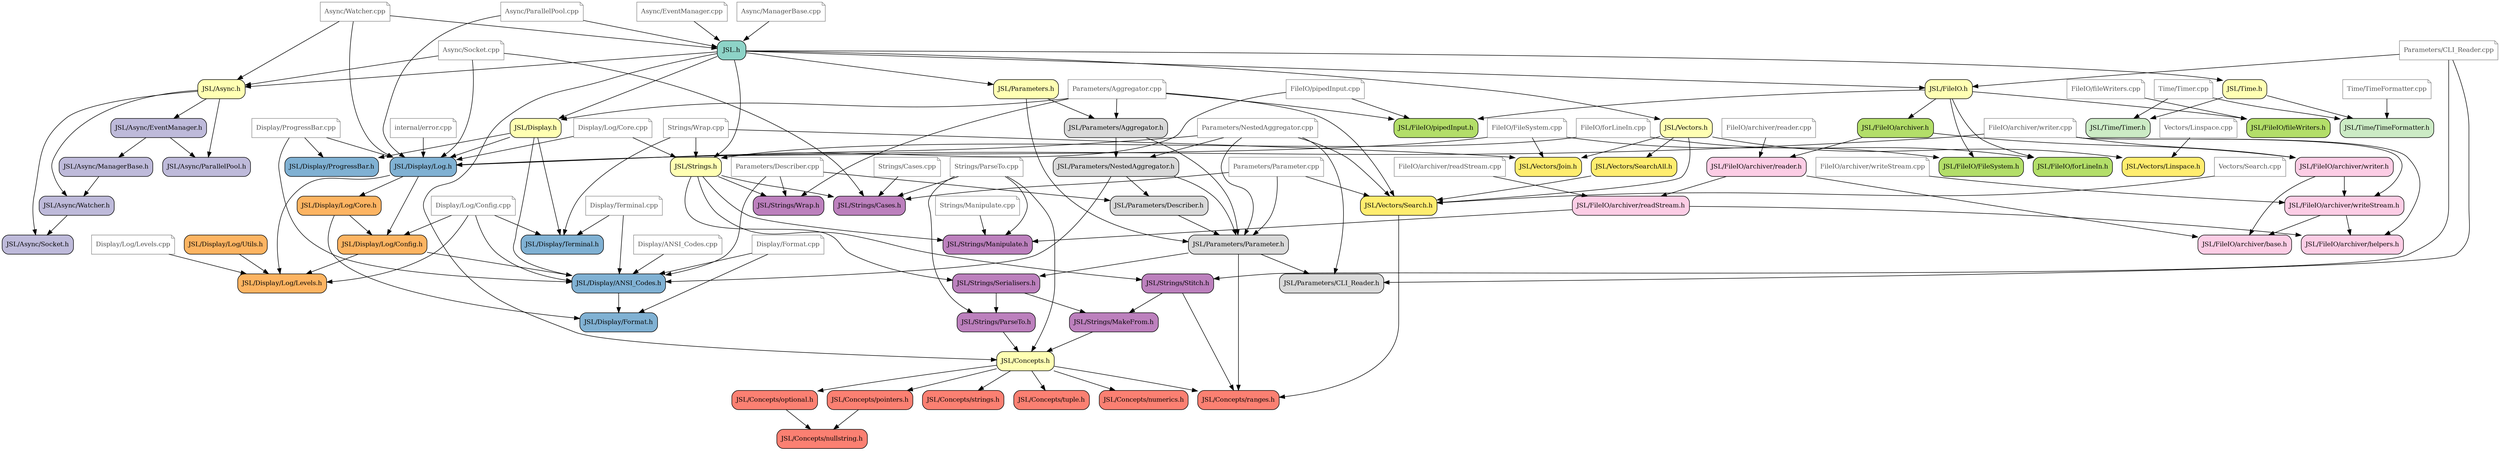
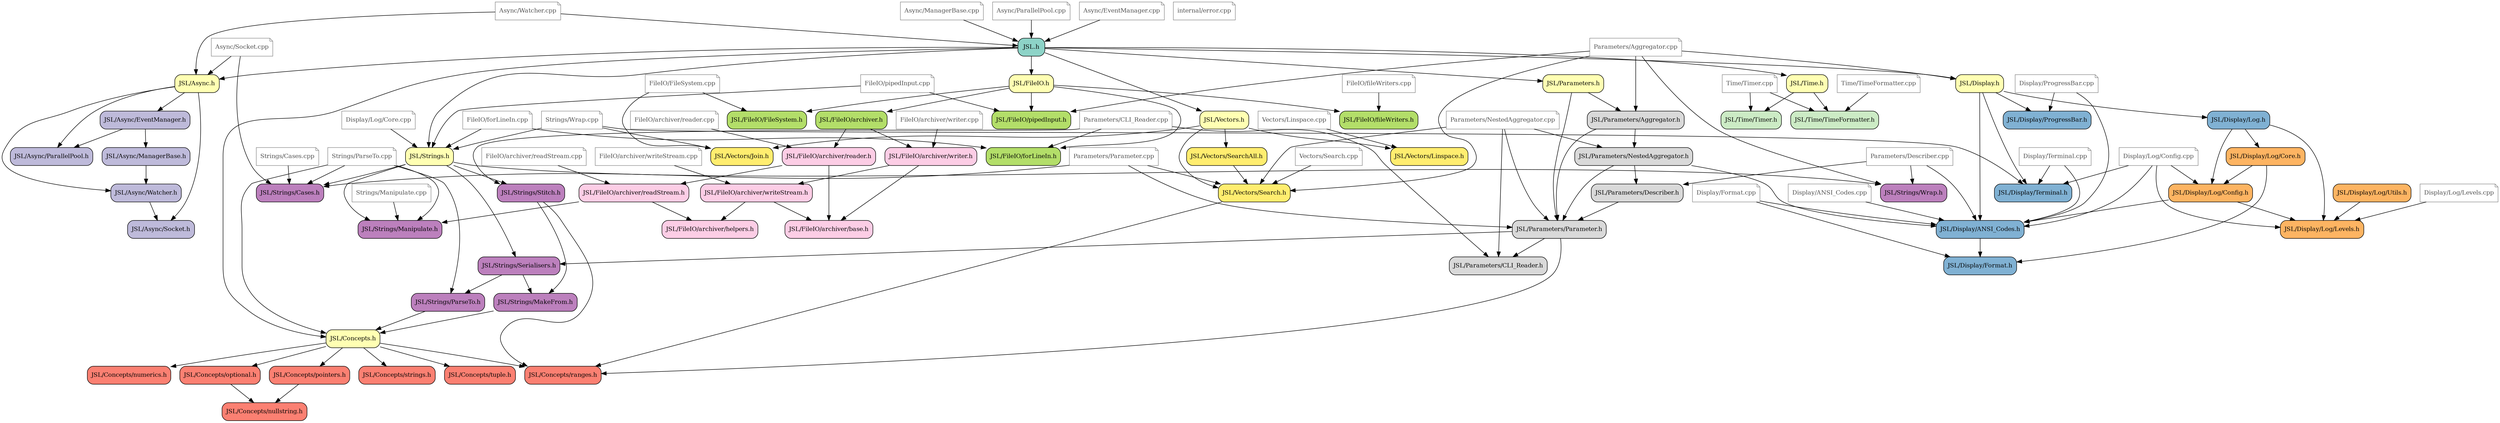
digraph codeviz {
    splines=true
    sep="+15,15"
    overlap=false

    node [shape=Mrecord, fontsize=12]

    node [fillcolor = "#8dd3c7",shape="Mrecord", style = "filled"] "include/JSL.h"                             [label = "JSL.h"]
    node [fillcolor = "#ffffb3",shape="Mrecord", style = "filled"] "include/JSL/Async.h"                       [label = "JSL/Async.h"]
    node [fillcolor = "#bebada",shape="Mrecord", style = "filled"] "include/JSL/Async/EventManager.h"          [label = "JSL/Async/EventManager.h"]
    node [fillcolor = "#bebada",shape="Mrecord", style = "filled"] "include/JSL/Async/ManagerBase.h"           [label = "JSL/Async/ManagerBase.h"]
    node [fillcolor = "#bebada",shape="Mrecord", style = "filled"] "include/JSL/Async/ParallelPool.h"          [label = "JSL/Async/ParallelPool.h"]
    node [fillcolor = "#bebada",shape="Mrecord", style = "filled"] "include/JSL/Async/Socket.h"                [label = "JSL/Async/Socket.h"]
    node [fillcolor = "#bebada",shape="Mrecord", style = "filled"] "include/JSL/Async/Watcher.h"               [label = "JSL/Async/Watcher.h"]
    node [fillcolor = "#ffffb3",shape="Mrecord", style = "filled"] "include/JSL/Concepts.h"                    [label = "JSL/Concepts.h"]
    node [fillcolor = "#fb8072",shape="Mrecord", style = "filled"] "include/JSL/Concepts/nullstring.h"         [label = "JSL/Concepts/nullstring.h"]
    node [fillcolor = "#fb8072",shape="Mrecord", style = "filled"] "include/JSL/Concepts/numerics.h"           [label = "JSL/Concepts/numerics.h"]
    node [fillcolor = "#fb8072",shape="Mrecord", style = "filled"] "include/JSL/Concepts/optional.h"           [label = "JSL/Concepts/optional.h"]
    node [fillcolor = "#fb8072",shape="Mrecord", style = "filled"] "include/JSL/Concepts/pointers.h"           [label = "JSL/Concepts/pointers.h"]
    node [fillcolor = "#fb8072",shape="Mrecord", style = "filled"] "include/JSL/Concepts/ranges.h"             [label = "JSL/Concepts/ranges.h"]
    node [fillcolor = "#fb8072",shape="Mrecord", style = "filled"] "include/JSL/Concepts/strings.h"            [label = "JSL/Concepts/strings.h"]
    node [fillcolor = "#fb8072",shape="Mrecord", style = "filled"] "include/JSL/Concepts/tuple.h"              [label = "JSL/Concepts/tuple.h"]
    node [fillcolor = "#ffffb3",shape="Mrecord", style = "filled"] "include/JSL/Display.h"                     [label = "JSL/Display.h"]
    node [fillcolor = "#80b1d3",shape="Mrecord", style = "filled"] "include/JSL/Display/ANSI_Codes.h"          [label = "JSL/Display/ANSI_Codes.h"]
    node [fillcolor = "#80b1d3",shape="Mrecord", style = "filled"] "include/JSL/Display/Format.h"              [label = "JSL/Display/Format.h"]
    node [fillcolor = "#80b1d3",shape="Mrecord", style = "filled"] "include/JSL/Display/Log.h"                 [label = "JSL/Display/Log.h"]
    node [fillcolor = "#fdb462",shape="Mrecord", style = "filled"] "include/JSL/Display/Log/Config.h"          [label = "JSL/Display/Log/Config.h"]
    node [fillcolor = "#fdb462",shape="Mrecord", style = "filled"] "include/JSL/Display/Log/Core.h"            [label = "JSL/Display/Log/Core.h"]
    node [fillcolor = "#fdb462",shape="Mrecord", style = "filled"] "include/JSL/Display/Log/Levels.h"          [label = "JSL/Display/Log/Levels.h"]
    node [fillcolor = "#fdb462",shape="Mrecord", style = "filled"] "include/JSL/Display/Log/Utils.h"           [label = "JSL/Display/Log/Utils.h"]
    node [fillcolor = "#80b1d3",shape="Mrecord", style = "filled"] "include/JSL/Display/ProgressBar.h"         [label = "JSL/Display/ProgressBar.h"]
    node [fillcolor = "#80b1d3",shape="Mrecord", style = "filled"] "include/JSL/Display/Terminal.h"            [label = "JSL/Display/Terminal.h"]
    node [fillcolor = "#ffffb3",shape="Mrecord", style = "filled"] "include/JSL/FileIO.h"                      [label = "JSL/FileIO.h"]
    node [fillcolor = "#b3de69",shape="Mrecord", style = "filled"] "include/JSL/FileIO/FileSystem.h"           [label = "JSL/FileIO/FileSystem.h"]
    node [fillcolor = "#b3de69",shape="Mrecord", style = "filled"] "include/JSL/FileIO/archiver.h"             [label = "JSL/FileIO/archiver.h"]
    node [fillcolor = "#fccde5",shape="Mrecord", style = "filled"] "include/JSL/FileIO/archiver/base.h"        [label = "JSL/FileIO/archiver/base.h"]
    node [fillcolor = "#fccde5",shape="Mrecord", style = "filled"] "include/JSL/FileIO/archiver/helpers.h"     [label = "JSL/FileIO/archiver/helpers.h"]
    node [fillcolor = "#fccde5",shape="Mrecord", style = "filled"] "include/JSL/FileIO/archiver/readStream.h"  [label = "JSL/FileIO/archiver/readStream.h"]
    node [fillcolor = "#fccde5",shape="Mrecord", style = "filled"] "include/JSL/FileIO/archiver/reader.h"      [label = "JSL/FileIO/archiver/reader.h"]
    node [fillcolor = "#fccde5",shape="Mrecord", style = "filled"] "include/JSL/FileIO/archiver/writeStream.h" [label = "JSL/FileIO/archiver/writeStream.h"]
    node [fillcolor = "#fccde5",shape="Mrecord", style = "filled"] "include/JSL/FileIO/archiver/writer.h"      [label = "JSL/FileIO/archiver/writer.h"]
    node [fillcolor = "#b3de69",shape="Mrecord", style = "filled"] "include/JSL/FileIO/fileWriters.h"          [label = "JSL/FileIO/fileWriters.h"]
    node [fillcolor = "#b3de69",shape="Mrecord", style = "filled"] "include/JSL/FileIO/forLineIn.h"            [label = "JSL/FileIO/forLineIn.h"]
    node [fillcolor = "#b3de69",shape="Mrecord", style = "filled"] "include/JSL/FileIO/pipedInput.h"           [label = "JSL/FileIO/pipedInput.h"]
    node [fillcolor = "#ffffb3",shape="Mrecord", style = "filled"] "include/JSL/Parameters.h"                  [label = "JSL/Parameters.h"]
    node [fillcolor = "#d9d9d9",shape="Mrecord", style = "filled"] "include/JSL/Parameters/Aggregator.h"       [label = "JSL/Parameters/Aggregator.h"]
    node [fillcolor = "#d9d9d9",shape="Mrecord", style = "filled"] "include/JSL/Parameters/CLI_Reader.h"       [label = "JSL/Parameters/CLI_Reader.h"]
    node [fillcolor = "#d9d9d9",shape="Mrecord", style = "filled"] "include/JSL/Parameters/Describer.h"        [label = "JSL/Parameters/Describer.h"]
    node [fillcolor = "#d9d9d9",shape="Mrecord", style = "filled"] "include/JSL/Parameters/NestedAggregator.h" [label = "JSL/Parameters/NestedAggregator.h"]
    node [fillcolor = "#d9d9d9",shape="Mrecord", style = "filled"] "include/JSL/Parameters/Parameter.h"        [label = "JSL/Parameters/Parameter.h"]
    node [fillcolor = "#ffffb3",shape="Mrecord", style = "filled"] "include/JSL/Strings.h"                     [label = "JSL/Strings.h"]
    node [fillcolor = "#bc80bd",shape="Mrecord", style = "filled"] "include/JSL/Strings/Cases.h"               [label = "JSL/Strings/Cases.h"]
    node [fillcolor = "#bc80bd",shape="Mrecord", style = "filled"] "include/JSL/Strings/MakeFrom.h"            [label = "JSL/Strings/MakeFrom.h"]
    node [fillcolor = "#bc80bd",shape="Mrecord", style = "filled"] "include/JSL/Strings/Manipulate.h"          [label = "JSL/Strings/Manipulate.h"]
    node [fillcolor = "#bc80bd",shape="Mrecord", style = "filled"] "include/JSL/Strings/ParseTo.h"             [label = "JSL/Strings/ParseTo.h"]
    node [fillcolor = "#bc80bd",shape="Mrecord", style = "filled"] "include/JSL/Strings/Serialisers.h"         [label = "JSL/Strings/Serialisers.h"]
    node [fillcolor = "#bc80bd",shape="Mrecord", style = "filled"] "include/JSL/Strings/Stitch.h"              [label = "JSL/Strings/Stitch.h"]
    node [fillcolor = "#bc80bd",shape="Mrecord", style = "filled"] "include/JSL/Strings/Wrap.h"                [label = "JSL/Strings/Wrap.h"]
    node [fillcolor = "#ffffb3",shape="Mrecord", style = "filled"] "include/JSL/Time.h"                        [label = "JSL/Time.h"]
    node [fillcolor = "#ccebc5",shape="Mrecord", style = "filled"] "include/JSL/Time/TimeFormatter.h"          [label = "JSL/Time/TimeFormatter.h"]
    node [fillcolor = "#ccebc5",shape="Mrecord", style = "filled"] "include/JSL/Time/Timer.h"                  [label = "JSL/Time/Timer.h"]
    node [fillcolor = "#ffffb3",shape="Mrecord", style = "filled"] "include/JSL/Vectors.h"                     [label = "JSL/Vectors.h"]
    node [fillcolor = "#ffed6f",shape="Mrecord", style = "filled"] "include/JSL/Vectors/Join.h"                [label = "JSL/Vectors/Join.h"]
    node [fillcolor = "#ffed6f",shape="Mrecord", style = "filled"] "include/JSL/Vectors/Linspace.h"            [label = "JSL/Vectors/Linspace.h"]
    node [fillcolor = "#ffed6f",shape="Mrecord", style = "filled"] "include/JSL/Vectors/Search.h"              [label = "JSL/Vectors/Search.h"]
    node [fillcolor = "#ffed6f",shape="Mrecord", style = "filled"] "include/JSL/Vectors/SearchAll.h"           [label = "JSL/Vectors/SearchAll.h"]
    node [fillcolor = "#8B8B8B",style="", shape="note", color="#8c8c8c", fontcolor="#4b4b4b"] "src/Async/EventManager.cpp"                [label = "Async/EventManager.cpp"]
    node [fillcolor = "#8B8B8B",style="", shape="note", color="#8c8c8c", fontcolor="#4b4b4b"] "src/Async/ManagerBase.cpp"                 [label = "Async/ManagerBase.cpp"]
    node [fillcolor = "#8B8B8B",style="", shape="note", color="#8c8c8c", fontcolor="#4b4b4b"] "src/Async/ParallelPool.cpp"                [label = "Async/ParallelPool.cpp"]
    node [fillcolor = "#8B8B8B",style="", shape="note", color="#8c8c8c", fontcolor="#4b4b4b"] "src/Async/Socket.cpp"                      [label = "Async/Socket.cpp"]
    node [fillcolor = "#8B8B8B",style="", shape="note", color="#8c8c8c", fontcolor="#4b4b4b"] "src/Async/Watcher.cpp"                     [label = "Async/Watcher.cpp"]
    node [fillcolor = "#8B8B8B",style="", shape="note", color="#8c8c8c", fontcolor="#4b4b4b"] "src/Display/ANSI_Codes.cpp"                [label = "Display/ANSI_Codes.cpp"]
    node [fillcolor = "#8B8B8B",style="", shape="note", color="#8c8c8c", fontcolor="#4b4b4b"] "src/Display/Format.cpp"                    [label = "Display/Format.cpp"]
    node [fillcolor = "#8B8B8B",style="", shape="note", color="#8c8c8c", fontcolor="#4b4b4b"] "src/Display/Log/Config.cpp"                [label = "Display/Log/Config.cpp"]
    node [fillcolor = "#8B8B8B",style="", shape="note", color="#8c8c8c", fontcolor="#4b4b4b"] "src/Display/Log/Core.cpp"                  [label = "Display/Log/Core.cpp"]
    node [fillcolor = "#8B8B8B",style="", shape="note", color="#8c8c8c", fontcolor="#4b4b4b"] "src/Display/Log/Levels.cpp"                [label = "Display/Log/Levels.cpp"]
    node [fillcolor = "#8B8B8B",style="", shape="note", color="#8c8c8c", fontcolor="#4b4b4b"] "src/Display/ProgressBar.cpp"               [label = "Display/ProgressBar.cpp"]
    node [fillcolor = "#8B8B8B",style="", shape="note", color="#8c8c8c", fontcolor="#4b4b4b"] "src/Display/Terminal.cpp"                  [label = "Display/Terminal.cpp"]
    node [fillcolor = "#8B8B8B",style="", shape="note", color="#8c8c8c", fontcolor="#4b4b4b"] "src/FileIO/FileSystem.cpp"                 [label = "FileIO/FileSystem.cpp"]
    node [fillcolor = "#8B8B8B",style="", shape="note", color="#8c8c8c", fontcolor="#4b4b4b"] "src/FileIO/archiver/readStream.cpp"        [label = "FileIO/archiver/readStream.cpp"]
    node [fillcolor = "#8B8B8B",style="", shape="note", color="#8c8c8c", fontcolor="#4b4b4b"] "src/FileIO/archiver/reader.cpp"            [label = "FileIO/archiver/reader.cpp"]
    node [fillcolor = "#8B8B8B",style="", shape="note", color="#8c8c8c", fontcolor="#4b4b4b"] "src/FileIO/archiver/writeStream.cpp"       [label = "FileIO/archiver/writeStream.cpp"]
    node [fillcolor = "#8B8B8B",style="", shape="note", color="#8c8c8c", fontcolor="#4b4b4b"] "src/FileIO/archiver/writer.cpp"            [label = "FileIO/archiver/writer.cpp"]
    node [fillcolor = "#8B8B8B",style="", shape="note", color="#8c8c8c", fontcolor="#4b4b4b"] "src/FileIO/fileWriters.cpp"                [label = "FileIO/fileWriters.cpp"]
    node [fillcolor = "#8B8B8B",style="", shape="note", color="#8c8c8c", fontcolor="#4b4b4b"] "src/FileIO/forLineIn.cpp"                  [label = "FileIO/forLineIn.cpp"]
    node [fillcolor = "#8B8B8B",style="", shape="note", color="#8c8c8c", fontcolor="#4b4b4b"] "src/FileIO/pipedInput.cpp"                 [label = "FileIO/pipedInput.cpp"]
    node [fillcolor = "#8B8B8B",style="", shape="note", color="#8c8c8c", fontcolor="#4b4b4b"] "src/Parameters/Aggregator.cpp"             [label = "Parameters/Aggregator.cpp"]
    node [fillcolor = "#8B8B8B",style="", shape="note", color="#8c8c8c", fontcolor="#4b4b4b"] "src/Parameters/CLI_Reader.cpp"             [label = "Parameters/CLI_Reader.cpp"]
    node [fillcolor = "#8B8B8B",style="", shape="note", color="#8c8c8c", fontcolor="#4b4b4b"] "src/Parameters/Describer.cpp"              [label = "Parameters/Describer.cpp"]
    node [fillcolor = "#8B8B8B",style="", shape="note", color="#8c8c8c", fontcolor="#4b4b4b"] "src/Parameters/NestedAggregator.cpp"       [label = "Parameters/NestedAggregator.cpp"]
    node [fillcolor = "#8B8B8B",style="", shape="note", color="#8c8c8c", fontcolor="#4b4b4b"] "src/Parameters/Parameter.cpp"              [label = "Parameters/Parameter.cpp"]
    node [fillcolor = "#8B8B8B",style="", shape="note", color="#8c8c8c", fontcolor="#4b4b4b"] "src/Strings/Cases.cpp"                     [label = "Strings/Cases.cpp"]
    node [fillcolor = "#8B8B8B",style="", shape="note", color="#8c8c8c", fontcolor="#4b4b4b"] "src/Strings/Manipulate.cpp"                [label = "Strings/Manipulate.cpp"]
    node [fillcolor = "#8B8B8B",style="", shape="note", color="#8c8c8c", fontcolor="#4b4b4b"] "src/Strings/ParseTo.cpp"                   [label = "Strings/ParseTo.cpp"]
    node [fillcolor = "#8B8B8B",style="", shape="note", color="#8c8c8c", fontcolor="#4b4b4b"] "src/Strings/Wrap.cpp"                      [label = "Strings/Wrap.cpp"]
    node [fillcolor = "#8B8B8B",style="", shape="note", color="#8c8c8c", fontcolor="#4b4b4b"] "src/Time/TimeFormatter.cpp"                [label = "Time/TimeFormatter.cpp"]
    node [fillcolor = "#8B8B8B",style="", shape="note", color="#8c8c8c", fontcolor="#4b4b4b"] "src/Time/Timer.cpp"                        [label = "Time/Timer.cpp"]
    node [fillcolor = "#8B8B8B",style="", shape="note", color="#8c8c8c", fontcolor="#4b4b4b"] "src/Vectors/Linspace.cpp"                  [label = "Vectors/Linspace.cpp"]
    node [fillcolor = "#8B8B8B",style="", shape="note", color="#8c8c8c", fontcolor="#4b4b4b"] "src/Vectors/Search.cpp"                    [label = "Vectors/Search.cpp"]
    node [fillcolor = "#8B8B8B",style="", shape="note", color="#8c8c8c", fontcolor="#4b4b4b"] "src/internal/error.cpp"                    [label = "internal/error.cpp"]

    "include/JSL.h"                             -> "include/JSL/Display.h"
    "include/JSL.h"                             -> "include/JSL/FileIO.h"
    "include/JSL.h"                             -> "include/JSL/Parameters.h"
    "include/JSL.h"                             -> "include/JSL/Strings.h"
    "include/JSL.h"                             -> "include/JSL/Time.h"
    "include/JSL.h"                             -> "include/JSL/Vectors.h"
    "include/JSL.h"                             -> "include/JSL/Async.h"
    "include/JSL.h"                             -> "include/JSL/Concepts.h"
    "include/JSL/Async.h"                       -> "include/JSL/Async/Socket.h"
    "include/JSL/Async.h"                       -> "include/JSL/Async/Watcher.h"
    "include/JSL/Async.h"                       -> "include/JSL/Async/EventManager.h"
    "include/JSL/Async.h"                       -> "include/JSL/Async/ParallelPool.h"
    "include/JSL/Async/EventManager.h"          -> "include/JSL/Async/ManagerBase.h"
    "include/JSL/Async/EventManager.h"          -> "include/JSL/Async/ParallelPool.h"
    "include/JSL/Async/ManagerBase.h"           -> "include/JSL/Async/Watcher.h"
    "include/JSL/Async/Watcher.h"               -> "include/JSL/Async/Socket.h"
    "include/JSL/Concepts.h"                    -> "include/JSL/Concepts/ranges.h"
    "include/JSL/Concepts.h"                    -> "include/JSL/Concepts/tuple.h"
    "include/JSL/Concepts.h"                    -> "include/JSL/Concepts/numerics.h"
    "include/JSL/Concepts.h"                    -> "include/JSL/Concepts/strings.h"
    "include/JSL/Concepts.h"                    -> "include/JSL/Concepts/pointers.h"
    "include/JSL/Concepts.h"                    -> "include/JSL/Concepts/optional.h"
    "include/JSL/Concepts/optional.h"           -> "include/JSL/Concepts/nullstring.h"
    "include/JSL/Concepts/pointers.h"           -> "include/JSL/Concepts/nullstring.h"
    "include/JSL/Display.h"                     -> "include/JSL/Display/Log.h"
    "include/JSL/Display.h"                     -> "include/JSL/Display/ANSI_Codes.h"
    "include/JSL/Display.h"                     -> "include/JSL/Display/ProgressBar.h"
    "include/JSL/Display.h"                     -> "include/JSL/Display/Terminal.h"
    "include/JSL/Display/ANSI_Codes.h"          -> "include/JSL/Display/Format.h"
    "include/JSL/Display/Log.h"                 -> "include/JSL/Display/Log/Core.h"
    "include/JSL/Display/Log.h"                 -> "include/JSL/Display/Log/Config.h"
    "include/JSL/Display/Log.h"                 -> "include/JSL/Display/Log/Levels.h"
    "include/JSL/Display/Log/Config.h"          -> "include/JSL/Display/Log/Levels.h"
    "include/JSL/Display/Log/Config.h"          -> "include/JSL/Display/ANSI_Codes.h"
    "include/JSL/Display/Log/Core.h"            -> "include/JSL/Display/Log/Config.h"
    "include/JSL/Display/Log/Core.h"            -> "include/JSL/Display/Format.h"
    "include/JSL/Display/Log/Utils.h"           -> "include/JSL/Display/Log/Levels.h"
    "include/JSL/FileIO.h"                      -> "include/JSL/FileIO/forLineIn.h"
    "include/JSL/FileIO.h"                      -> "include/JSL/FileIO/FileSystem.h"
    "include/JSL/FileIO.h"                      -> "include/JSL/FileIO/fileWriters.h"
    "include/JSL/FileIO.h"                      -> "include/JSL/FileIO/pipedInput.h"
    "include/JSL/FileIO.h"                      -> "include/JSL/FileIO/archiver.h"
    "include/JSL/FileIO/archiver.h"             -> "include/JSL/FileIO/archiver/writer.h"
    "include/JSL/FileIO/archiver.h"             -> "include/JSL/FileIO/archiver/reader.h"
    "include/JSL/FileIO/archiver/readStream.h"  -> "include/JSL/Strings/Manipulate.h"
    "include/JSL/FileIO/archiver/readStream.h"  -> "include/JSL/FileIO/archiver/helpers.h"
    "include/JSL/FileIO/archiver/reader.h"      -> "include/JSL/FileIO/archiver/base.h"
    "include/JSL/FileIO/archiver/reader.h"      -> "include/JSL/FileIO/archiver/readStream.h"
    "include/JSL/FileIO/archiver/writeStream.h" -> "include/JSL/FileIO/archiver/base.h"
    "include/JSL/FileIO/archiver/writeStream.h" -> "include/JSL/FileIO/archiver/helpers.h"
    "include/JSL/FileIO/archiver/writer.h"      -> "include/JSL/FileIO/archiver/base.h"
    "include/JSL/FileIO/archiver/writer.h"      -> "include/JSL/FileIO/archiver/writeStream.h"
    "include/JSL/Parameters.h"                  -> "include/JSL/Parameters/Parameter.h"
    "include/JSL/Parameters.h"                  -> "include/JSL/Parameters/Aggregator.h"
    "include/JSL/Parameters/Aggregator.h"       -> "include/JSL/Parameters/NestedAggregator.h"
    "include/JSL/Parameters/Aggregator.h"       -> "include/JSL/Parameters/Parameter.h"
    "include/JSL/Parameters/Describer.h"        -> "include/JSL/Parameters/Parameter.h"
    "include/JSL/Parameters/NestedAggregator.h" -> "include/JSL/Parameters/Parameter.h"
    "include/JSL/Parameters/NestedAggregator.h" -> "include/JSL/Display/ANSI_Codes.h"
    "include/JSL/Parameters/NestedAggregator.h" -> "include/JSL/Parameters/Describer.h"
-     "include/JSL/Parameters/Parameter.h"        -> "include/JSL/Concepts/ranges.h"
+     "include/JSL/Parameters/Parameter.h"      -> "include/JSL/Concepts/ranges.h"[weight=0.3]
    "include/JSL/Parameters/Parameter.h"        -> "include/JSL/Strings/Serialisers.h"
    "include/JSL/Parameters/Parameter.h"        -> "include/JSL/Parameters/CLI_Reader.h"
    "include/JSL/Strings.h"                     -> "include/JSL/Strings/Serialisers.h"
    "include/JSL/Strings.h"                     -> "include/JSL/Strings/Cases.h"
    "include/JSL/Strings.h"                     -> "include/JSL/Strings/Manipulate.h"
    "include/JSL/Strings.h"                     -> "include/JSL/Strings/Stitch.h"
    "include/JSL/Strings.h"                     -> "include/JSL/Strings/Wrap.h"
    "include/JSL/Strings/MakeFrom.h"            -> "include/JSL/Concepts.h"
    "include/JSL/Strings/ParseTo.h"             -> "include/JSL/Concepts.h"
    "include/JSL/Strings/Serialisers.h"         -> "include/JSL/Strings/MakeFrom.h"
    "include/JSL/Strings/Serialisers.h"         -> "include/JSL/Strings/ParseTo.h"
    "include/JSL/Strings/Stitch.h"              -> "include/JSL/Strings/MakeFrom.h"
-     "include/JSL/Strings/Stitch.h"              -> "include/JSL/Concepts/ranges.h"
+     "include/JSL/Strings/Stitch.h"            -> "include/JSL/Concepts/ranges.h"[weight=0.3]
    "include/JSL/Time.h"                        -> "include/JSL/Time/Timer.h"
    "include/JSL/Time.h"                        -> "include/JSL/Time/TimeFormatter.h"
    "include/JSL/Vectors.h"                     -> "include/JSL/Vectors/Search.h"
    "include/JSL/Vectors.h"                     -> "include/JSL/Vectors/SearchAll.h"
    "include/JSL/Vectors.h"                     -> "include/JSL/Vectors/Join.h"
    "include/JSL/Vectors.h"                     -> "include/JSL/Vectors/Linspace.h"
-     "include/JSL/Vectors/Search.h"              -> "include/JSL/Concepts/ranges.h"
+     "include/JSL/Vectors/Search.h"            -> "include/JSL/Concepts/ranges.h"[weight=0.3]
    "include/JSL/Vectors/SearchAll.h"           -> "include/JSL/Vectors/Search.h"
    "src/Async/EventManager.cpp"                -> "include/JSL.h"
    "src/Async/ManagerBase.cpp"                 -> "include/JSL.h"
    "src/Async/ParallelPool.cpp"                -> "include/JSL.h"
-     "src/Async/ParallelPool.cpp"                -> "include/JSL/Display/Log.h"
+ 
    "src/Async/Socket.cpp"                      -> "include/JSL/Async.h"
    "src/Async/Socket.cpp"                      -> "include/JSL/Strings/Cases.h"
-     "src/Async/Socket.cpp"                      -> "include/JSL/Display/Log.h"
+ 
    "src/Async/Watcher.cpp"                     -> "include/JSL/Async.h"
-     "src/Async/Watcher.cpp"                     -> "include/JSL/Display/Log.h"
+ 
    "src/Async/Watcher.cpp"                     -> "include/JSL.h"
    "src/Display/ANSI_Codes.cpp"                -> "include/JSL/Display/ANSI_Codes.h"
    "src/Display/Format.cpp"                    -> "include/JSL/Display/Format.h"
    "src/Display/Format.cpp"                    -> "include/JSL/Display/ANSI_Codes.h"
    "src/Display/Log/Config.cpp"                -> "include/JSL/Display/Log/Config.h"
    "src/Display/Log/Config.cpp"                -> "include/JSL/Display/Log/Levels.h"
    "src/Display/Log/Config.cpp"                -> "include/JSL/Display/ANSI_Codes.h"
    "src/Display/Log/Config.cpp"                -> "include/JSL/Display/Terminal.h"
-     "src/Display/Log/Core.cpp"                  -> "include/JSL/Display/Log.h"
+ 
    "src/Display/Log/Core.cpp"                  -> "include/JSL/Strings.h"
    "src/Display/Log/Levels.cpp"                -> "include/JSL/Display/Log/Levels.h"
    "src/Display/ProgressBar.cpp"               -> "include/JSL/Display/ProgressBar.h"
    "src/Display/ProgressBar.cpp"               -> "include/JSL/Display/ANSI_Codes.h"
-     "src/Display/ProgressBar.cpp"               -> "include/JSL/Display/Log.h"
+ 
    "src/Display/Terminal.cpp"                  -> "include/JSL/Display/Terminal.h"
    "src/Display/Terminal.cpp"                  -> "include/JSL/Display/ANSI_Codes.h"
    "src/FileIO/FileSystem.cpp"                 -> "include/JSL/FileIO/FileSystem.h"
    "src/FileIO/FileSystem.cpp"                 -> "include/JSL/Vectors/Join.h"
-     "src/FileIO/FileSystem.cpp"                 -> "include/JSL/Display/Log.h"
+ 
    "src/FileIO/archiver/readStream.cpp"        -> "include/JSL/FileIO/archiver/readStream.h"
    "src/FileIO/archiver/reader.cpp"            -> "include/JSL/FileIO/archiver/reader.h"
    "src/FileIO/archiver/writeStream.cpp"       -> "include/JSL/FileIO/archiver/writeStream.h"
    "src/FileIO/archiver/writer.cpp"            -> "include/JSL/FileIO/archiver/writer.h"
-     "src/FileIO/archiver/writer.cpp"            -> "include/JSL/FileIO/archiver/writeStream.h"
-     "src/FileIO/archiver/writer.cpp"            -> "include/JSL/FileIO/archiver/helpers.h"
-     "src/FileIO/archiver/writer.cpp"            -> "include/JSL/Display/Log.h"
+ 
    "src/FileIO/fileWriters.cpp"                -> "include/JSL/FileIO/fileWriters.h"
    "src/FileIO/forLineIn.cpp"                  -> "include/JSL/FileIO/forLineIn.h"
    "src/FileIO/forLineIn.cpp"                  -> "include/JSL/Strings.h"
    "src/FileIO/pipedInput.cpp"                 -> "include/JSL/FileIO/pipedInput.h"
    "src/FileIO/pipedInput.cpp"                 -> "include/JSL/Strings.h"
    "src/Parameters/Aggregator.cpp"             -> "include/JSL/Parameters/Aggregator.h"
    "src/Parameters/Aggregator.cpp"             -> "include/JSL/Vectors/Search.h"
    "src/Parameters/Aggregator.cpp"             -> "include/JSL/Strings/Wrap.h"
    "src/Parameters/Aggregator.cpp"             -> "include/JSL/Display.h"
    "src/Parameters/Aggregator.cpp"             -> "include/JSL/FileIO/pipedInput.h"
    "src/Parameters/CLI_Reader.cpp"             -> "include/JSL/Parameters/CLI_Reader.h"
-     "src/Parameters/CLI_Reader.cpp"             -> "include/JSL/FileIO.h"
+     "src/Parameters/CLI_Reader.cpp"             -> "include/JSL/FileIO/forLineIn.h"
    "src/Parameters/CLI_Reader.cpp"             -> "include/JSL/Strings/Stitch.h"
    "src/Parameters/Describer.cpp"              -> "include/JSL/Parameters/Describer.h"
    "src/Parameters/Describer.cpp"              -> "include/JSL/Display/ANSI_Codes.h"
    "src/Parameters/Describer.cpp"              -> "include/JSL/Strings/Wrap.h"
    "src/Parameters/NestedAggregator.cpp"       -> "include/JSL/Parameters/NestedAggregator.h"
    "src/Parameters/NestedAggregator.cpp"       -> "include/JSL/Parameters/Parameter.h"
    "src/Parameters/NestedAggregator.cpp"       -> "include/JSL/Parameters/CLI_Reader.h"
    "src/Parameters/NestedAggregator.cpp"       -> "include/JSL/Vectors/Search.h"
-     "src/Parameters/NestedAggregator.cpp"       -> "include/JSL/Display/Log.h"
+ 
    "src/Parameters/Parameter.cpp"              -> "include/JSL/Parameters/Parameter.h"
    "src/Parameters/Parameter.cpp"              -> "include/JSL/Vectors/Search.h"
    "src/Parameters/Parameter.cpp"              -> "include/JSL/Strings/Cases.h"
    "src/Strings/Cases.cpp"                     -> "include/JSL/Strings/Cases.h"
    "src/Strings/Manipulate.cpp"                -> "include/JSL/Strings/Manipulate.h"
    "src/Strings/ParseTo.cpp"                   -> "include/JSL/Strings/ParseTo.h"
    "src/Strings/ParseTo.cpp"                   -> "include/JSL/Strings/Cases.h"
    "src/Strings/ParseTo.cpp"                   -> "include/JSL/Concepts.h"
    "src/Strings/ParseTo.cpp"                   -> "include/JSL/Strings/Manipulate.h"
    "src/Strings/Wrap.cpp"                      -> "include/JSL/Strings.h"
    "src/Strings/Wrap.cpp"                      -> "include/JSL/Vectors/Join.h"
    "src/Strings/Wrap.cpp"                      -> "include/JSL/Display/Terminal.h"
    "src/Time/TimeFormatter.cpp"                -> "include/JSL/Time/TimeFormatter.h"
    "src/Time/Timer.cpp"                        -> "include/JSL/Time/Timer.h"
    "src/Time/Timer.cpp"                        -> "include/JSL/Time/TimeFormatter.h"
    "src/Vectors/Linspace.cpp"                  -> "include/JSL/Vectors/Linspace.h"
    "src/Vectors/Search.cpp"                    -> "include/JSL/Vectors/Search.h"
-     "src/internal/error.cpp"                    -> "include/JSL/Display/Log.h"
+ 
}
